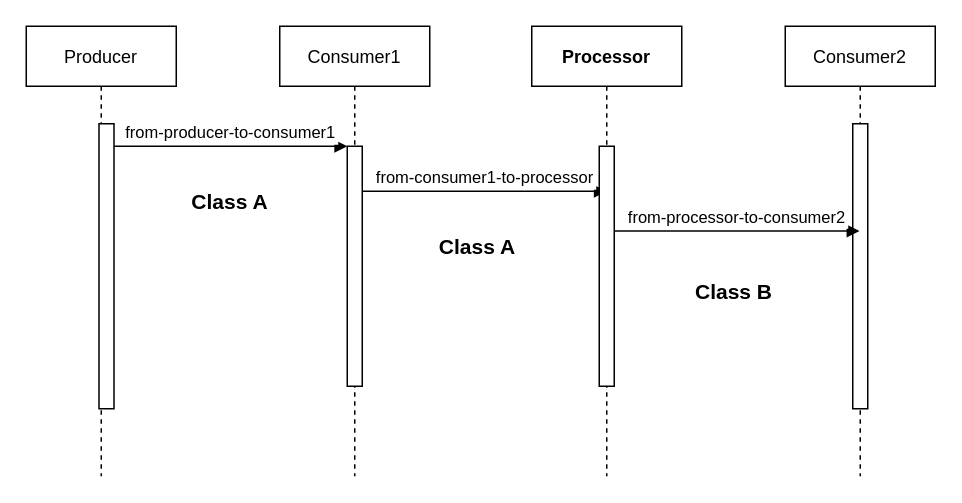
This is Sequence_Diagram.drawio from freedev/quarkus-smallrye-reactive-messaging-example, a draw.io file, before an edit. Source tidied: cells renumbered, new cells numbered last; positions are measured from the earlier drawing's top-left corner, leaving out a move shared by most shapes. Both pictures are drawn from the tidied source at 150%, with x=0, y=0 at pixel (26, 26).
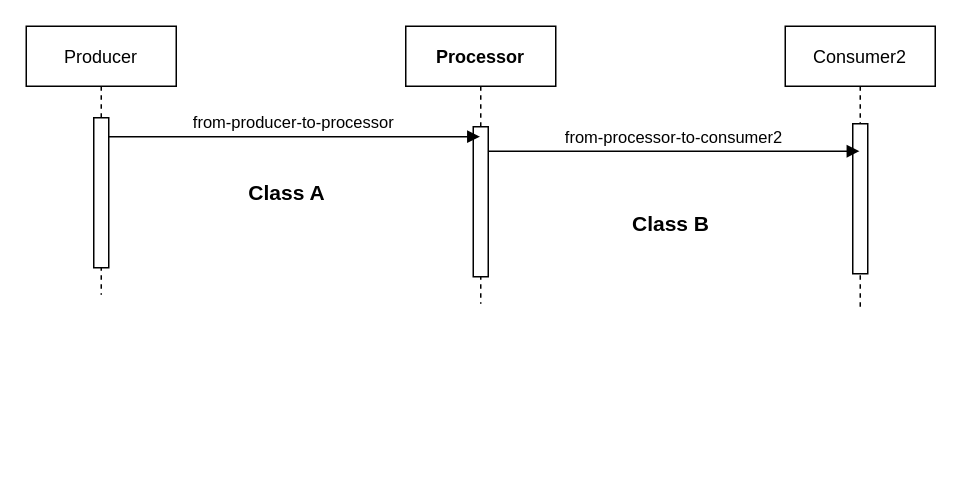
Above is the later version.

The edit, as a diff of the source:
```diff
@@
 <mxGraphModel>
   <root>
     <mxCell id="0" />
     <mxCell id="1" parent="0" />
     <mxCell id="2" value="Producer" style="shape=umlLifeline;perimeter=lifelinePerimeter;rounded=0;shadow=0;strokeWidth=1;fontColor=#000000;fillColor=#FFFFFF;strokeColor=#000000;" parent="1" vertex="1">
-      <mxGeometry width="100" height="300" as="geometry" />
+      <mxGeometry width="100" height="179" as="geometry" />
     </mxCell>
     <mxCell id="3" style="points=[];perimeter=orthogonalPerimeter;rounded=0;shadow=0;strokeWidth=1;" parent="2" vertex="1">
-      <mxGeometry x="48.5" y="65" width="10" height="190" as="geometry" />
+      <mxGeometry x="45" y="61" width="10" height="100" as="geometry" />
     </mxCell>
-    <mxCell id="4" value="Consumer1" style="shape=umlLifeline;perimeter=lifelinePerimeter;rounded=0;shadow=0;strokeWidth=1;" parent="1" vertex="1">
-      <mxGeometry x="169" width="100" height="300" as="geometry" />
-    </mxCell>
-    <mxCell id="5" style="points=[];perimeter=orthogonalPerimeter;rounded=0;shadow=0;strokeWidth=1;" parent="4" vertex="1">
-      <mxGeometry x="45" y="80" width="10" height="160" as="geometry" />
-    </mxCell>
-    <mxCell id="6" value="from-producer-to-consumer1" style="verticalAlign=bottom;endArrow=block;entryX=0;entryY=0;shadow=0;strokeWidth=1;fillColor=#FFFFFF;" parent="1" edge="1" source="3" target="5">
-      <mxGeometry relative="1" as="geometry" />
-    </mxCell>
-    <mxCell id="7" value="from-consumer1-to-processor" style="verticalAlign=bottom;endArrow=block;entryX=0.5;entryY=0.188;shadow=0;strokeWidth=1;entryDx=0;entryDy=0;entryPerimeter=0;" parent="1" edge="1" source="5" target="9">
-      <mxGeometry relative="1" as="geometry" />
-    </mxCell>
     <mxCell id="8" value="Processor" style="shape=umlLifeline;perimeter=lifelinePerimeter;rounded=0;shadow=0;strokeWidth=1;fontStyle=1;" parent="1" vertex="1">
-      <mxGeometry x="337" width="100" height="300" as="geometry" />
+      <mxGeometry x="253" width="100" height="185" as="geometry" />
     </mxCell>
     <mxCell id="9" style="points=[];perimeter=orthogonalPerimeter;rounded=0;shadow=0;strokeWidth=1;" parent="8" vertex="1">
-      <mxGeometry x="45" y="80" width="10" height="160" as="geometry" />
+      <mxGeometry x="45" y="67" width="10" height="100" as="geometry" />
     </mxCell>
     <mxCell id="10" value="Consumer2" style="shape=umlLifeline;perimeter=lifelinePerimeter;rounded=0;shadow=0;strokeWidth=1;fontColor=#000000;fillColor=#FFFFFF;strokeColor=#000000;" parent="1" vertex="1">
-      <mxGeometry x="506" width="100" height="300" as="geometry" />
+      <mxGeometry x="506" width="100" height="190" as="geometry" />
     </mxCell>
     <mxCell id="11" style="perimeter=orthogonalPerimeter;rounded=0;shadow=0;strokeWidth=1;" parent="10" vertex="1">
-      <mxGeometry x="45" y="65" width="10" height="190" as="geometry" />
+      <mxGeometry x="45" y="65" width="10" height="100" as="geometry" />
     </mxCell>
-    <mxCell id="12" value="from-processor-to-consumer2" style="verticalAlign=bottom;endArrow=block;shadow=0;strokeWidth=1;exitX=1;exitY=0.353;exitDx=0;exitDy=0;exitPerimeter=0;" parent="1" edge="1" source="9" target="10">
+    <mxCell id="12" value="from-processor-to-consumer2" style="verticalAlign=bottom;endArrow=block;shadow=0;strokeWidth=1;exitX=1;exitY=0.163;exitDx=0;exitDy=0;exitPerimeter=0;" parent="1" edge="1" source="9" target="10">
       <mxGeometry relative="1" as="geometry" />
     </mxCell>
     <mxCell id="13" value="&lt;b&gt;Class A&lt;/b&gt;" style="text;html=1;strokeColor=none;fillColor=none;align=center;verticalAlign=middle;whiteSpace=wrap;rounded=0;fontSize=14;" parent="1" vertex="1">
-      <mxGeometry x="106" y="102" width="60" height="30" as="geometry" />
+      <mxGeometry x="144" y="96" width="60" height="30" as="geometry" />
     </mxCell>
-    <mxCell id="14" value="&lt;b&gt;Class A&lt;/b&gt;" style="text;html=1;strokeColor=none;fillColor=none;align=center;verticalAlign=middle;whiteSpace=wrap;rounded=0;fontSize=14;" parent="1" vertex="1">
-      <mxGeometry x="271" y="132" width="60" height="30" as="geometry" />
-    </mxCell>
     <mxCell id="15" value="&lt;b&gt;Class B&lt;/b&gt;" style="text;html=1;strokeColor=none;fillColor=none;align=center;verticalAlign=middle;whiteSpace=wrap;rounded=0;fontSize=14;" parent="1" vertex="1">
-      <mxGeometry x="442" y="162" width="60" height="30" as="geometry" />
+      <mxGeometry x="400" y="117" width="60" height="30" as="geometry" />
     </mxCell>
+    <mxCell id="6" value="from-producer-to-processor" style="verticalAlign=bottom;endArrow=block;shadow=0;strokeWidth=1;fillColor=#FFFFFF;exitX=0.95;exitY=0.126;exitDx=0;exitDy=0;exitPerimeter=0;" parent="1" edge="1" source="3" target="8">
+      <mxGeometry relative="1" as="geometry" />
+    </mxCell>
   </root>
 </mxGraphModel>
```
